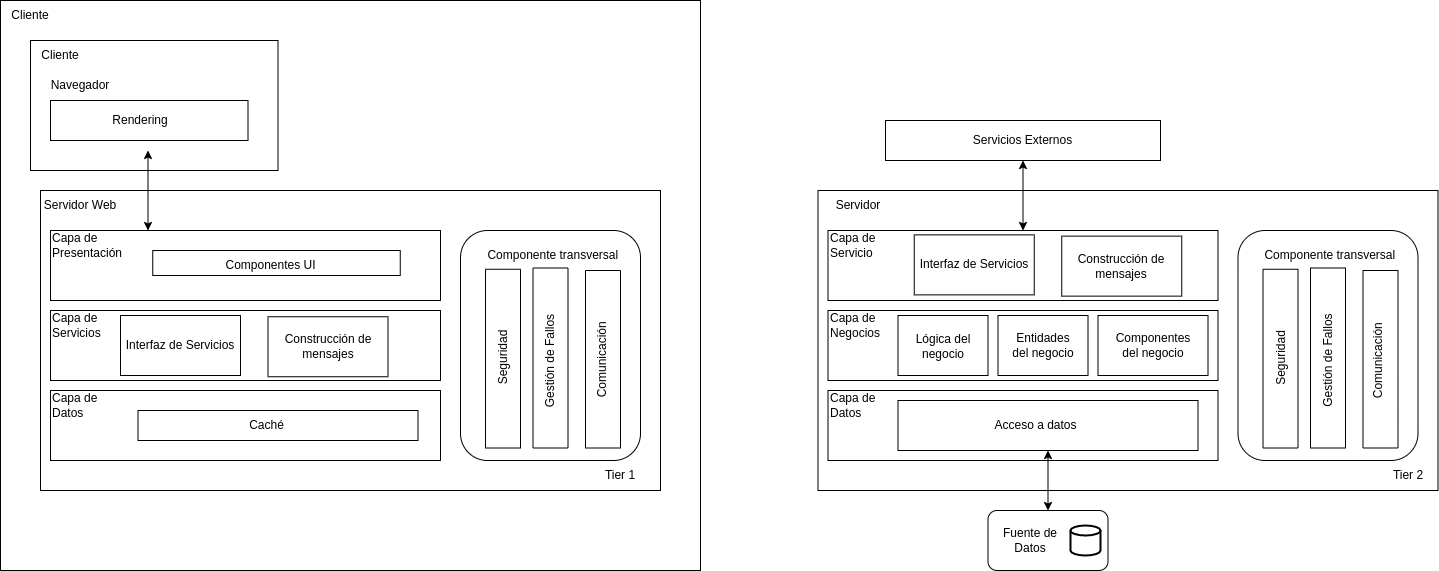
This is Images/DiagramaInicial.png from magaliboulanger/Barcelo-Boulanger-D, a draw.io export, as it was before one commit. Source tidied: cells renumbered, new cells last; positions are measured from the earlier drawing's top-left corner, leaving out a move shared by most shapes.
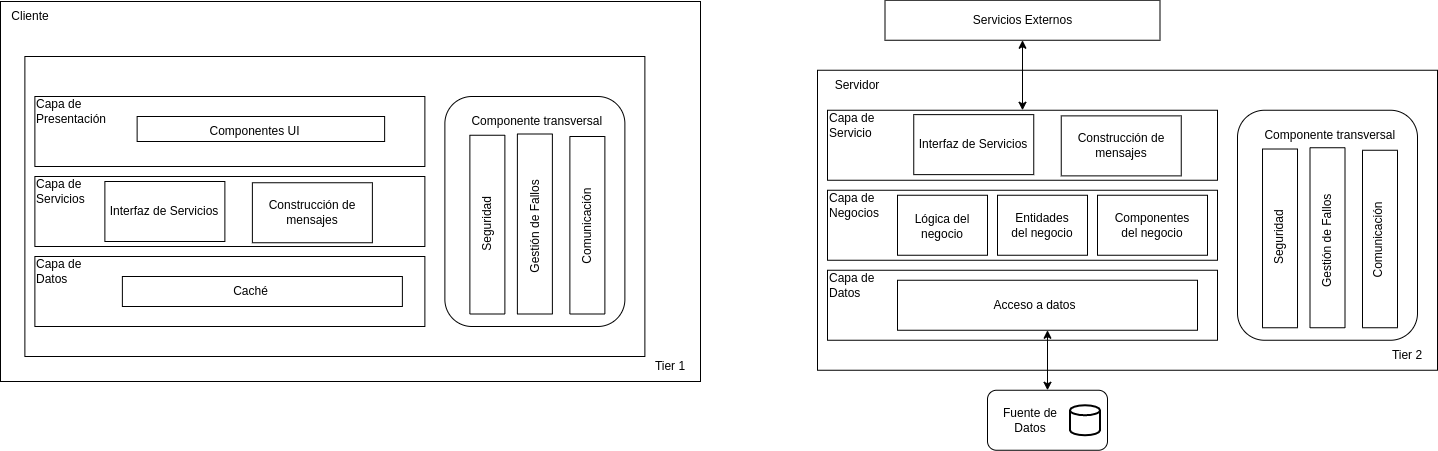
The same diagram one commit later.

Commit message:
Corrección de imagen para el Diagrama inicial.

What changed in the source:
```diff
@@ -3,195 +3,169 @@
     <mxCell id="0" />
     <mxCell id="1" parent="0" />
     <mxCell id="2" style="rounded=0;whiteSpace=wrap;html=1;" parent="1" vertex="1">
-      <mxGeometry width="700" height="570" as="geometry" />
+      <mxGeometry width="700" height="380" as="geometry" />
     </mxCell>
-    <mxCell id="3" style="rounded=0;whiteSpace=wrap;html=1;" parent="1" vertex="1">
-      <mxGeometry x="30" y="40" width="247.5" height="130" as="geometry" />
-    </mxCell>
-    <mxCell id="4" style="rounded=0;whiteSpace=wrap;html=1;strokeColor=none;" parent="1" vertex="1">
-      <mxGeometry x="40" y="70" width="217.5" height="80" as="geometry" />
-    </mxCell>
-    <mxCell id="5" value="Cliente" style="text;html=1;strokeColor=none;fillColor=none;align=center;verticalAlign=middle;whiteSpace=wrap;rounded=0;" parent="1" vertex="1">
-      <mxGeometry x="30" y="40" width="60" height="30" as="geometry" />
-    </mxCell>
-    <mxCell id="6" value="Navegador" style="text;html=1;strokeColor=none;fillColor=none;align=center;verticalAlign=middle;whiteSpace=wrap;rounded=0;" parent="1" vertex="1">
-      <mxGeometry x="50" y="70" width="60" height="30" as="geometry" />
-    </mxCell>
     <mxCell id="7" style="rounded=0;whiteSpace=wrap;html=1;" parent="1" vertex="1">
-      <mxGeometry x="40" y="190" width="620" height="300" as="geometry" />
+      <mxGeometry x="24.4" y="55" width="620" height="300" as="geometry" />
     </mxCell>
-    <mxCell id="8" value="Servidor Web" style="text;html=1;strokeColor=none;fillColor=none;align=center;verticalAlign=middle;whiteSpace=wrap;rounded=0;" parent="1" vertex="1">
-      <mxGeometry x="40" y="190" width="80" height="30" as="geometry" />
-    </mxCell>
     <mxCell id="9" style="rounded=0;whiteSpace=wrap;html=1;" parent="1" vertex="1">
-      <mxGeometry x="50" y="230" width="390" height="70" as="geometry" />
+      <mxGeometry x="34.4" y="95" width="390" height="70" as="geometry" />
     </mxCell>
     <mxCell id="10" style="rounded=0;whiteSpace=wrap;html=1;" parent="1" vertex="1">
-      <mxGeometry x="50" y="310" width="390" height="70" as="geometry" />
+      <mxGeometry x="34.4" y="175" width="390" height="70" as="geometry" />
     </mxCell>
     <mxCell id="11" style="rounded=0;whiteSpace=wrap;html=1;" parent="1" vertex="1">
-      <mxGeometry x="50" y="390" width="390" height="70" as="geometry" />
+      <mxGeometry x="34.4" y="255" width="390" height="70" as="geometry" />
     </mxCell>
     <mxCell id="12" value="Capa de Presentación&amp;nbsp;" style="text;html=1;strokeColor=none;fillColor=none;align=left;verticalAlign=middle;whiteSpace=wrap;rounded=0;" parent="1" vertex="1">
-      <mxGeometry x="50" y="230" width="60" height="30" as="geometry" />
+      <mxGeometry x="34.4" y="95" width="60" height="30" as="geometry" />
     </mxCell>
     <mxCell id="13" value="Capa de Servicios" style="text;html=1;strokeColor=none;fillColor=none;align=left;verticalAlign=middle;whiteSpace=wrap;rounded=0;" parent="1" vertex="1">
-      <mxGeometry x="50" y="310" width="60" height="30" as="geometry" />
+      <mxGeometry x="34.4" y="175" width="60" height="30" as="geometry" />
     </mxCell>
     <mxCell id="14" value="Capa de Datos" style="text;html=1;strokeColor=none;fillColor=none;align=left;verticalAlign=middle;whiteSpace=wrap;rounded=0;" parent="1" vertex="1">
-      <mxGeometry x="50" y="390" width="60" height="30" as="geometry" />
+      <mxGeometry x="34.4" y="255" width="60" height="30" as="geometry" />
     </mxCell>
     <mxCell id="15" style="rounded=0;whiteSpace=wrap;html=1;" parent="1" vertex="1">
-      <mxGeometry x="137.5" y="410" width="280" height="30" as="geometry" />
+      <mxGeometry x="121.9" y="275" width="280" height="30" as="geometry" />
     </mxCell>
     <mxCell id="16" value="Caché" style="text;html=1;strokeColor=none;fillColor=none;align=center;verticalAlign=middle;whiteSpace=wrap;rounded=0;" parent="1" vertex="1">
-      <mxGeometry x="125" y="410" width="282.5" height="30" as="geometry" />
+      <mxGeometry x="109.4" y="275" width="282.5" height="30" as="geometry" />
     </mxCell>
-    <mxCell id="17" style="endArrow=classic;startArrow=classic;html=1;rounded=0;exitX=0.25;exitY=0;exitDx=0;exitDy=0;" parent="1" edge="1" source="9">
-      <mxGeometry relative="1" as="geometry">
-        <mxPoint x="147.5" y="150" as="targetPoint" />
-      </mxGeometry>
-    </mxCell>
     <mxCell id="18" style="rounded=0;whiteSpace=wrap;html=1;" parent="1" vertex="1">
-      <mxGeometry x="152.2" y="250" width="247.5" height="25" as="geometry" />
+      <mxGeometry x="136.6" y="115" width="247.5" height="25" as="geometry" />
     </mxCell>
     <mxCell id="19" value="Componentes UI" style="text;html=1;strokeColor=none;fillColor=none;align=center;verticalAlign=middle;whiteSpace=wrap;rounded=0;" parent="1" vertex="1">
-      <mxGeometry x="221" y="250" width="98.8" height="30" as="geometry" />
+      <mxGeometry x="205.4" y="115" width="98.8" height="30" as="geometry" />
     </mxCell>
     <mxCell id="20" style="rounded=1;whiteSpace=wrap;html=1;labelBackgroundColor=default;" parent="1" vertex="1">
-      <mxGeometry x="460" y="230" width="180" height="230" as="geometry" />
+      <mxGeometry x="444.4" y="95" width="180" height="230" as="geometry" />
     </mxCell>
     <mxCell id="21" style="rounded=0;whiteSpace=wrap;html=1;labelBackgroundColor=default;rotation=-90;" parent="1" vertex="1">
-      <mxGeometry x="413.1" y="340.6" width="178.8" height="35" as="geometry" />
+      <mxGeometry x="397.5" y="205.6" width="178.8" height="35" as="geometry" />
     </mxCell>
     <mxCell id="22" value="Seguridad" style="text;html=1;strokeColor=none;fillColor=none;align=center;verticalAlign=middle;whiteSpace=wrap;rounded=0;labelBackgroundColor=default;rotation=-90;" parent="1" vertex="1">
-      <mxGeometry x="472.5" y="342.5" width="60" height="30" as="geometry" />
+      <mxGeometry x="456.9" y="207.5" width="60" height="30" as="geometry" />
     </mxCell>
     <mxCell id="23" style="rounded=0;whiteSpace=wrap;html=1;labelBackgroundColor=default;rotation=-90;" parent="1" vertex="1">
-      <mxGeometry x="460" y="340" width="180" height="35" as="geometry" />
+      <mxGeometry x="444.4" y="205" width="180" height="35" as="geometry" />
     </mxCell>
     <mxCell id="24" style="rounded=0;whiteSpace=wrap;html=1;labelBackgroundColor=default;rotation=-90;" parent="1" vertex="1">
-      <mxGeometry x="513.8" y="341.2" width="177.5" height="35" as="geometry" />
+      <mxGeometry x="498.1" y="206.2" width="177.5" height="35" as="geometry" />
     </mxCell>
     <mxCell id="25" value="Gestión de Fallos" style="text;html=1;strokeColor=none;fillColor=none;align=center;verticalAlign=middle;whiteSpace=wrap;rounded=0;labelBackgroundColor=default;rotation=-90;" parent="1" vertex="1">
-      <mxGeometry x="476.2" y="345" width="147.5" height="31.2" as="geometry" />
+      <mxGeometry x="460.6" y="210" width="147.5" height="31.2" as="geometry" />
     </mxCell>
     <mxCell id="26" value="Comunicación&amp;nbsp;" style="text;html=1;strokeColor=none;fillColor=none;align=center;verticalAlign=middle;whiteSpace=wrap;rounded=0;labelBackgroundColor=default;rotation=-90;" parent="1" vertex="1">
-      <mxGeometry x="572.5" y="343.1" width="60" height="30" as="geometry" />
+      <mxGeometry x="556.9" y="208.1" width="60" height="30" as="geometry" />
     </mxCell>
-    <mxCell id="27" style="rounded=0;whiteSpace=wrap;html=1;labelBackgroundColor=default;" parent="1" vertex="1">
-      <mxGeometry x="50" y="100" width="197.5" height="40" as="geometry" />
-    </mxCell>
-    <mxCell id="28" value="Rendering" style="text;html=1;align=center;verticalAlign=middle;whiteSpace=wrap;rounded=0;labelBackgroundColor=default;" parent="1" vertex="1">
-      <mxGeometry x="110" y="105" width="60" height="30" as="geometry" />
-    </mxCell>
     <mxCell id="29" value="Componente transversal&amp;nbsp;" style="text;html=1;strokeColor=none;fillColor=none;align=center;verticalAlign=middle;whiteSpace=wrap;rounded=0;" parent="1" vertex="1">
-      <mxGeometry x="477.5" y="240" width="152.5" height="30" as="geometry" />
+      <mxGeometry x="461.9" y="105" width="152.5" height="30" as="geometry" />
     </mxCell>
     <mxCell id="30" style="rounded=0;whiteSpace=wrap;html=1;" parent="1" vertex="1">
-      <mxGeometry x="817.5" y="190" width="620" height="300" as="geometry" />
+      <mxGeometry x="817" y="68.8" width="620" height="300" as="geometry" />
     </mxCell>
     <mxCell id="31" value="Servidor" style="text;html=1;strokeColor=none;fillColor=none;align=center;verticalAlign=middle;whiteSpace=wrap;rounded=0;" parent="1" vertex="1">
-      <mxGeometry x="817.5" y="190" width="80" height="30" as="geometry" />
+      <mxGeometry x="817" y="68.8" width="80" height="30" as="geometry" />
     </mxCell>
     <mxCell id="32" style="rounded=0;whiteSpace=wrap;html=1;" parent="1" vertex="1">
-      <mxGeometry x="827.5" y="230" width="390" height="70" as="geometry" />
+      <mxGeometry x="827" y="108.8" width="390" height="70" as="geometry" />
     </mxCell>
     <mxCell id="33" style="rounded=0;whiteSpace=wrap;html=1;" parent="1" vertex="1">
-      <mxGeometry x="827.5" y="310" width="390" height="70" as="geometry" />
+      <mxGeometry x="827" y="188.8" width="390" height="70" as="geometry" />
     </mxCell>
     <mxCell id="34" style="rounded=0;whiteSpace=wrap;html=1;" parent="1" vertex="1">
-      <mxGeometry x="827.5" y="390" width="390" height="70" as="geometry" />
+      <mxGeometry x="827" y="268.8" width="390" height="70" as="geometry" />
     </mxCell>
     <mxCell id="35" value="Capa de Servicio&amp;nbsp;" style="text;html=1;strokeColor=none;fillColor=none;align=left;verticalAlign=middle;whiteSpace=wrap;rounded=0;" parent="1" vertex="1">
-      <mxGeometry x="827.5" y="230" width="60" height="30" as="geometry" />
+      <mxGeometry x="827" y="108.8" width="60" height="30" as="geometry" />
     </mxCell>
     <mxCell id="36" value="Capa de Negocios" style="text;html=1;strokeColor=none;fillColor=none;align=left;verticalAlign=middle;whiteSpace=wrap;rounded=0;" parent="1" vertex="1">
-      <mxGeometry x="827.5" y="310" width="60" height="30" as="geometry" />
+      <mxGeometry x="827" y="188.8" width="60" height="30" as="geometry" />
     </mxCell>
     <mxCell id="37" value="Capa de Datos" style="text;html=1;strokeColor=none;fillColor=none;align=left;verticalAlign=middle;whiteSpace=wrap;rounded=0;" parent="1" vertex="1">
-      <mxGeometry x="827.5" y="390" width="60" height="30" as="geometry" />
+      <mxGeometry x="827" y="268.8" width="60" height="30" as="geometry" />
     </mxCell>
     <mxCell id="38" style="rounded=0;whiteSpace=wrap;html=1;" parent="1" vertex="1">
-      <mxGeometry x="1097.5" y="315" width="110" height="60" as="geometry" />
+      <mxGeometry x="1097" y="193.8" width="110" height="60" as="geometry" />
     </mxCell>
     <mxCell id="39" value="Componentes del negocio" style="text;html=1;strokeColor=none;fillColor=none;align=center;verticalAlign=middle;whiteSpace=wrap;rounded=0;" parent="1" vertex="1">
-      <mxGeometry x="1112.5" y="327.5" width="80" height="35" as="geometry" />
+      <mxGeometry x="1112" y="206.2" width="80" height="35" as="geometry" />
     </mxCell>
     <mxCell id="40" style="rounded=0;whiteSpace=wrap;html=1;" parent="1" vertex="1">
-      <mxGeometry x="997.5" y="315" width="90" height="60" as="geometry" />
+      <mxGeometry x="997" y="193.8" width="90" height="60" as="geometry" />
     </mxCell>
     <mxCell id="41" value="Entidades del negocio" style="text;html=1;strokeColor=none;fillColor=none;align=center;verticalAlign=middle;whiteSpace=wrap;rounded=0;" parent="1" vertex="1">
-      <mxGeometry x="1007.5" y="330" width="70" height="30" as="geometry" />
+      <mxGeometry x="1007" y="208.8" width="70" height="30" as="geometry" />
     </mxCell>
     <mxCell id="42" style="rounded=0;whiteSpace=wrap;html=1;" parent="1" vertex="1">
-      <mxGeometry x="897.5" y="400" width="300" height="50" as="geometry" />
+      <mxGeometry x="897" y="278.8" width="300" height="50" as="geometry" />
     </mxCell>
     <mxCell id="43" value="Acceso a datos" style="text;html=1;strokeColor=none;fillColor=none;align=center;verticalAlign=middle;whiteSpace=wrap;rounded=0;" parent="1" vertex="1">
-      <mxGeometry x="902.5" y="410" width="265" height="30" as="geometry" />
+      <mxGeometry x="902" y="288.8" width="265" height="30" as="geometry" />
     </mxCell>
     <mxCell id="44" style="rounded=0;whiteSpace=wrap;html=1;" parent="1" vertex="1">
-      <mxGeometry x="897.5" y="315" width="90" height="60" as="geometry" />
+      <mxGeometry x="897" y="193.8" width="90" height="60" as="geometry" />
     </mxCell>
     <mxCell id="45" value="Lógica del negocio" style="text;html=1;strokeColor=none;fillColor=none;align=center;verticalAlign=middle;whiteSpace=wrap;rounded=0;" parent="1" vertex="1">
-      <mxGeometry x="907.5" y="322.5" width="70" height="47.5" as="geometry" />
+      <mxGeometry x="907" y="201.2" width="70" height="47.5" as="geometry" />
     </mxCell>
     <mxCell id="46" style="rounded=1;whiteSpace=wrap;html=1;labelBackgroundColor=default;" parent="1" vertex="1">
-      <mxGeometry x="1237.5" y="230" width="180" height="230" as="geometry" />
+      <mxGeometry x="1237" y="108.8" width="180" height="230" as="geometry" />
     </mxCell>
     <mxCell id="47" style="rounded=0;whiteSpace=wrap;html=1;labelBackgroundColor=default;rotation=-90;" parent="1" vertex="1">
-      <mxGeometry x="1190.6" y="340.6" width="178.8" height="35" as="geometry" />
+      <mxGeometry x="1190.1" y="219.4" width="178.8" height="35" as="geometry" />
     </mxCell>
     <mxCell id="48" value="Seguridad" style="text;html=1;strokeColor=none;fillColor=none;align=center;verticalAlign=middle;whiteSpace=wrap;rounded=0;labelBackgroundColor=default;rotation=-90;" parent="1" vertex="1">
-      <mxGeometry x="1250" y="342.5" width="60" height="30" as="geometry" />
+      <mxGeometry x="1249.5" y="221.2" width="60" height="30" as="geometry" />
     </mxCell>
     <mxCell id="49" style="rounded=0;whiteSpace=wrap;html=1;labelBackgroundColor=default;rotation=-90;" parent="1" vertex="1">
-      <mxGeometry x="1237.5" y="340" width="180" height="35" as="geometry" />
+      <mxGeometry x="1237" y="218.8" width="180" height="35" as="geometry" />
     </mxCell>
     <mxCell id="50" style="rounded=0;whiteSpace=wrap;html=1;labelBackgroundColor=default;rotation=-90;" parent="1" vertex="1">
-      <mxGeometry x="1291.2" y="341.2" width="177.5" height="35" as="geometry" />
+      <mxGeometry x="1290.8" y="220" width="177.5" height="35" as="geometry" />
     </mxCell>
     <mxCell id="51" value="Gestión de Fallos" style="text;html=1;strokeColor=none;fillColor=none;align=center;verticalAlign=middle;whiteSpace=wrap;rounded=0;labelBackgroundColor=default;rotation=-90;" parent="1" vertex="1">
-      <mxGeometry x="1253.8" y="345" width="147.5" height="31.2" as="geometry" />
+      <mxGeometry x="1253.2" y="223.8" width="147.5" height="31.2" as="geometry" />
     </mxCell>
     <mxCell id="52" value="Comunicación&amp;nbsp;" style="text;html=1;strokeColor=none;fillColor=none;align=center;verticalAlign=middle;whiteSpace=wrap;rounded=0;labelBackgroundColor=default;rotation=-90;" parent="1" vertex="1">
-      <mxGeometry x="1348.4" y="341.6" width="60" height="33.1" as="geometry" />
+      <mxGeometry x="1347.9" y="220.3" width="60" height="33.1" as="geometry" />
     </mxCell>
     <mxCell id="53" value="Componente transversal&amp;nbsp;" style="text;html=1;strokeColor=none;fillColor=none;align=center;verticalAlign=middle;whiteSpace=wrap;rounded=0;" parent="1" vertex="1">
-      <mxGeometry x="1255" y="240" width="152.5" height="30" as="geometry" />
+      <mxGeometry x="1254.5" y="118.8" width="152.5" height="30" as="geometry" />
     </mxCell>
     <mxCell id="54" value="Tier 1" style="text;html=1;strokeColor=none;fillColor=none;align=center;verticalAlign=middle;whiteSpace=wrap;rounded=0;" parent="1" vertex="1">
-      <mxGeometry x="590" y="460" width="60" height="30" as="geometry" />
+      <mxGeometry x="640" y="350" width="60" height="30" as="geometry" />
     </mxCell>
     <mxCell id="55" value="Tier 2" style="text;html=1;strokeColor=none;fillColor=none;align=center;verticalAlign=middle;whiteSpace=wrap;rounded=0;" parent="1" vertex="1">
-      <mxGeometry x="1377.5" y="460" width="60" height="30" as="geometry" />
+      <mxGeometry x="1377" y="338.8" width="60" height="30" as="geometry" />
     </mxCell>
     <mxCell id="56" value="Interfaz de Servicios" style="rounded=0;whiteSpace=wrap;html=1;" parent="1" vertex="1">
-      <mxGeometry x="120" y="315" width="120" height="60" as="geometry" />
+      <mxGeometry x="104.4" y="180" width="120" height="60" as="geometry" />
     </mxCell>
     <mxCell id="57" value="Construcción de mensajes" style="rounded=0;whiteSpace=wrap;html=1;" parent="1" vertex="1">
-      <mxGeometry x="267.5" y="316.2" width="120" height="60" as="geometry" />
+      <mxGeometry x="251.9" y="181.2" width="120" height="60" as="geometry" />
     </mxCell>
     <mxCell id="58" style="rounded=1;whiteSpace=wrap;html=1;" parent="1" vertex="1">
-      <mxGeometry x="987.5" y="510" width="120" height="60" as="geometry" />
+      <mxGeometry x="987" y="388.8" width="120" height="60" as="geometry" />
     </mxCell>
     <mxCell id="59" style="strokeWidth=2;html=1;shape=mxgraph.flowchart.database;whiteSpace=wrap;" parent="1" vertex="1">
-      <mxGeometry x="1070" y="525" width="30" height="30" as="geometry" />
+      <mxGeometry x="1069.5" y="403.8" width="30" height="30" as="geometry" />
     </mxCell>
     <mxCell id="60" value="Fuente de Datos" style="text;html=1;strokeColor=none;fillColor=none;align=center;verticalAlign=middle;whiteSpace=wrap;rounded=0;" parent="1" vertex="1">
-      <mxGeometry x="1000" y="525" width="60" height="30" as="geometry" />
+      <mxGeometry x="999.5" y="403.8" width="60" height="30" as="geometry" />
     </mxCell>
     <mxCell id="61" style="endArrow=classic;startArrow=classic;html=1;rounded=0;exitX=0.5;exitY=0;exitDx=0;exitDy=0;entryX=0.5;entryY=1;entryDx=0;entryDy=0;" parent="1" edge="1" source="58" target="42">
       <mxGeometry relative="1" as="geometry" />
     </mxCell>
     <mxCell id="62" value="Interfaz de Servicios" style="rounded=0;whiteSpace=wrap;html=1;" parent="1" vertex="1">
-      <mxGeometry x="913.8" y="234.4" width="120" height="60" as="geometry" />
+      <mxGeometry x="913.2" y="113.1" width="120" height="60" as="geometry" />
     </mxCell>
     <mxCell id="63" value="Construcción de mensajes" style="rounded=0;whiteSpace=wrap;html=1;" parent="1" vertex="1">
-      <mxGeometry x="1061.2" y="235.6" width="120" height="60" as="geometry" />
+      <mxGeometry x="1060.8" y="114.4" width="120" height="60" as="geometry" />
     </mxCell>
     <mxCell id="64" value="Servicios Externos" style="rounded=0;whiteSpace=wrap;html=1;" parent="1" vertex="1">
-      <mxGeometry x="885" y="120" width="275" height="40" as="geometry" />
+      <mxGeometry x="884.5" y="-1.2" width="275" height="40" as="geometry" />
     </mxCell>
     <mxCell id="65" style="endArrow=classic;startArrow=classic;html=1;rounded=0;entryX=0.5;entryY=1;entryDx=0;entryDy=0;exitX=0.5;exitY=0;exitDx=0;exitDy=0;" parent="1" edge="1" source="32" target="64">
       <mxGeometry relative="1" as="geometry" />
```
